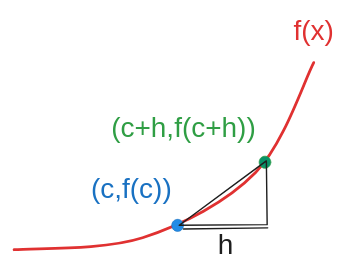
Before: content/assets/guide to differentiation 2024-11-21 18.26.52.excalidraw.svg, a diagram exported from Excalidraw (starlitriver/starlitriver.github.io). Source tidied: one line per element, renumbered; positions are measured from the earlier drawing's top-left corner, leaving out a move shared by most shapes.
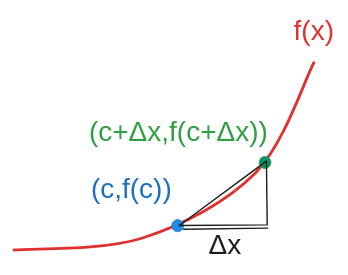
After the commit.

Diff of the diagram source:
```diff
@@ -3,7 +3,7 @@
 {"id": 2, "type": "ellipse", "strokeColor": "#1971c2", "backgroundColor": "#228be6", "fillStyle": "solid", "strokeWidth": 0.5, "roughness": 0, "round": true, "x": 113, "y": 147, "width": 8, "height": 9}
 {"id": 3, "type": "text", "text": "(c,f(c))", "strokeColor": "#1971c2", "strokeWidth": 1, "roughness": 0, "fontSize": 20, "fontFamily": 2, "x": 55, "y": 113, "width": 58, "height": 23}
 {"id": 4, "type": "ellipse", "strokeColor": "#2f9e44", "backgroundColor": "#099268", "fillStyle": "solid", "strokeWidth": 0.5, "roughness": 0, "round": true, "x": 175, "y": 102, "width": 8, "height": 9}
-{"id": 5, "type": "text", "text": "(c+h,f(c+h))", "strokeColor": "#2f9e44", "strokeWidth": 1, "roughness": 0, "fontSize": 20, "fontFamily": 2, "x": 69, "y": 70, "width": 103, "height": 23}
+{"id": 5, "type": "text", "text": "(c+Δx,f(c+Δx))", "strokeColor": "#2f9e44", "strokeWidth": 1, "roughness": 0, "fontSize": 20, "fontFamily": 2, "x": 54, "y": 72, "width": 130, "height": 23}
 {"id": 6, "type": "line", "strokeColor": "#1e1e1e", "strokeWidth": 1, "roughness": 0, "x": 180, "y": 105, "width": 63, "height": 46, "points": [[0, 0], [-62, 46], [1, 46], [0, 0]]}
-{"id": 7, "type": "text", "text": "h", "strokeColor": "#1e1e1e", "strokeWidth": 1, "roughness": 0, "fontSize": 20, "fontFamily": 2, "x": 146, "y": 153, "width": 11, "height": 23}
+{"id": 7, "type": "text", "text": "Δx", "strokeColor": "#1e1e1e", "strokeWidth": 1, "roughness": 0, "fontSize": 20, "fontFamily": 2, "x": 139, "y": 153, "width": 24, "height": 23}
 {"id": 8, "type": "line", "strokeColor": "#1e1e1e", "strokeWidth": 1, "roughness": 0, "x": 121, "y": 154, "width": 60, "height": 1, "points": [[0, 0], [60, -1]]}
```
